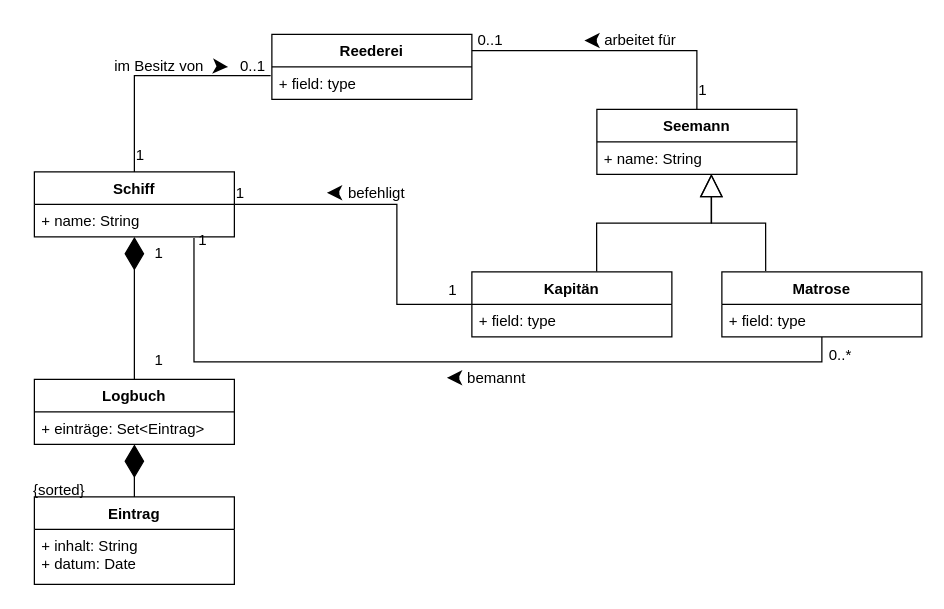
Earlier version of the draw.io diagram Reederei.drawio (juliaemilie/pse_diagrams). Source tidied: cells renumbered, new cells numbered last; positions are measured from the earlier drawing's top-left corner, leaving out a move shared by most shapes. Both pictures are drawn from the tidied source at 125%, with x=0, y=0 at pixel (21, 21).
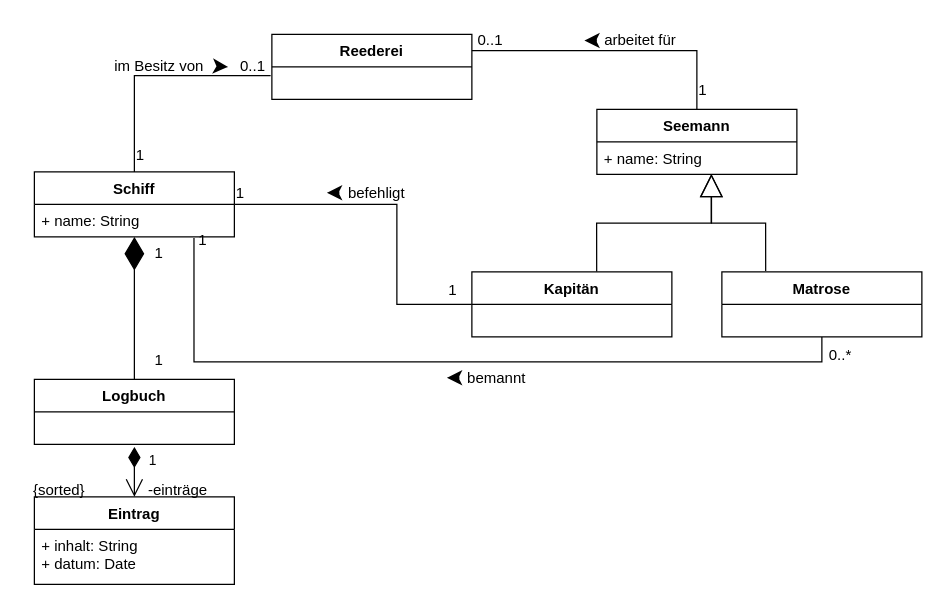
The same diagram, later.

The change refers to these unchanged cells:
```xml
<mxCell id="2" value="Reederei" style="swimlane;fontStyle=1;align=center;verticalAlign=top;horizontal=1;startSize=26;" parent="1" vertex="1">
  <mxGeometry x="200" y="10" width="160" height="52" as="geometry" />
</mxCell>
<mxCell id="8" value="Schiff" style="swimlane;fontStyle=1;align=center;verticalAlign=top;horizontal=1;startSize=26;" parent="1" vertex="1">
  <mxGeometry x="10" y="120" width="160" height="52" as="geometry" />
</mxCell>
<mxCell id="11" value="Matrose" style="swimlane;fontStyle=1;align=center;verticalAlign=top;horizontal=1;startSize=26;" parent="1" vertex="1">
  <mxGeometry x="560" y="200" width="160" height="52" as="geometry" />
</mxCell>
<mxCell id="14" value="Kapitän" style="swimlane;fontStyle=1;align=center;verticalAlign=top;horizontal=1;startSize=26;" parent="1" vertex="1">
  <mxGeometry x="360" y="200" width="160" height="52" as="geometry" />
</mxCell>
<mxCell id="20" value="Logbuch" style="swimlane;fontStyle=1;align=center;verticalAlign=top;horizontal=1;startSize=26;" parent="1" vertex="1">
  <mxGeometry x="10" y="286" width="160" height="52" as="geometry" />
</mxCell>
<mxCell id="25" value="Eintrag" style="swimlane;fontStyle=1;align=center;verticalAlign=top;horizontal=1;startSize=26;" parent="1" vertex="1">
  <mxGeometry x="10" y="380" width="160" height="70" as="geometry" />
</mxCell>
```

The edit, as a diff of the source:
```diff
@@
-    <mxCell id="3" value="+ field: type" style="text;strokeColor=none;fillColor=none;align=left;verticalAlign=top;spacingLeft=4;spacingRight=4;overflow=hidden;points=[[0,0.5],[1,0.5]];portConstraint=eastwest;" parent="2" vertex="1">
-      <mxGeometry y="26" width="160" height="26" as="geometry" />
-    </mxCell>
@@
-    <mxCell id="7" style="edgeStyle=orthogonalEdgeStyle;rounded=0;jettySize=auto;html=1;exitX=0.5;exitY=0;exitDx=0;exitDy=0;entryX=-0.006;entryY=0.269;entryDx=0;entryDy=0;entryPerimeter=0;elbow=vertical;endArrow=none;endFill=0;" parent="1" edge="1" source="8" target="3">
-      <mxGeometry relative="1" as="geometry" />
+    <mxCell id="7" style="edgeStyle=orthogonalEdgeStyle;rounded=0;jettySize=auto;html=1;exitX=0.5;exitY=0;exitDx=0;exitDy=0;entryX=-0.006;entryY=0.269;entryDx=0;entryDy=0;entryPerimeter=0;elbow=vertical;endArrow=none;endFill=0;" parent="1" edge="1" source="8">
+      <mxGeometry relative="1" as="geometry">
+        <mxPoint x="199" y="43" as="targetPoint" />
+        <Array as="points">
+          <mxPoint x="90" y="43" />
+        </Array>
+      </mxGeometry>
     </mxCell>
@@
-    <mxCell id="12" value="+ field: type" style="text;strokeColor=none;fillColor=none;align=left;verticalAlign=top;spacingLeft=4;spacingRight=4;overflow=hidden;" parent="11" vertex="1">
-      <mxGeometry y="26" width="160" height="26" as="geometry" />
-    </mxCell>
@@
-    <mxCell id="15" value="+ field: type" style="text;strokeColor=none;fillColor=none;align=left;verticalAlign=top;spacingLeft=4;spacingRight=4;overflow=hidden;" parent="14" vertex="1">
-      <mxGeometry y="26" width="160" height="26" as="geometry" />
-    </mxCell>
@@
-    <mxCell id="21" value="+ einträge: Set&lt;Eintrag&gt;" style="text;strokeColor=none;fillColor=none;align=left;verticalAlign=top;spacingLeft=4;spacingRight=4;overflow=hidden;" parent="20" vertex="1">
-      <mxGeometry y="26" width="160" height="26" as="geometry" />
-    </mxCell>
@@
-    <mxCell id="41" style="endArrow=diamondThin;endFill=1;endSize=24;html=1;rounded=0;strokeWidth=1;elbow=vertical;exitX=0.5;exitY=0;exitDx=0;exitDy=0;entryX=0.5;entryY=1;entryDx=0;entryDy=0;" parent="1" edge="1" source="25" target="20">
-      <mxGeometry relative="1" as="geometry" />
-    </mxCell>
@@
+    <mxCell id="43" value="1" style="endArrow=open;html=1;endSize=12;startArrow=diamondThin;startSize=14;startFill=1;align=left;verticalAlign=bottom;rounded=0;strokeWidth=1;elbow=vertical;entryX=0.5;entryY=0;entryDx=0;entryDy=0;" parent="1" edge="1" target="25">
+      <mxGeometry y="10" relative="1" as="geometry">
+        <mxPoint x="90" y="340" as="sourcePoint" />
+      </mxGeometry>
+    </mxCell>
+    <mxCell id="44" value="-einträge" style="text;html=1;strokeColor=none;fillColor=none;align=center;verticalAlign=middle;whiteSpace=wrap;rounded=0;" parent="1" vertex="1">
+      <mxGeometry x="95" y="360" width="60" height="30" as="geometry" />
+    </mxCell>
```
